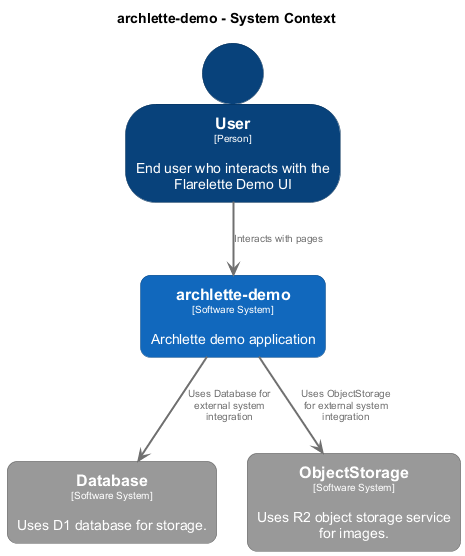
Before: docs/architecture/diagrams/structurizr-SystemContext.png, a diagram exported from PlantUML (chrislyons-dev/flarelette-demo). Source of this version:
```plantuml
@startuml
set separator none
title archlette-demo - System Context

top to bottom direction
skinparam ranksep 60
skinparam nodesep 30

skinparam {
  arrowFontSize 10
  defaultTextAlignment center
  wrapWidth 200
  maxMessageSize 100
  defaultFontName "Arial"
}

hide stereotype

skinparam rectangle<<Database>> {
  BackgroundColor #999999
  FontColor #ffffff
  BorderColor #6b6b6b
  roundCorner 20
  shadowing false
}
skinparam rectangle<<ObjectStorage>> {
  BackgroundColor #999999
  FontColor #ffffff
  BorderColor #6b6b6b
  roundCorner 20
  shadowing false
}
skinparam person<<User>> {
  BackgroundColor #08427b
  FontColor #ffffff
  BorderColor #052e56
  shadowing false
}
skinparam rectangle<<archlettedemo>> {
  BackgroundColor #1168bd
  FontColor #ffffff
  BorderColor #0b4884
  roundCorner 20
  shadowing false
}

person "==User\n<size:10>[Person]</size>\n\nEnd user who interacts with the Flarelette Demo UI" <<User>> as User
rectangle "==Database\n<size:10>[Software System]</size>\n\nUses D1 database for storage." <<Database>> as Database
rectangle "==ObjectStorage\n<size:10>[Software System]</size>\n\nUses R2 object storage service for images." <<ObjectStorage>> as ObjectStorage
rectangle "==archlette-demo\n<size:10>[Software System]</size>\n\nArchlette demo application" <<archlettedemo>> as archlettedemo

User -[#707070,thickness=2]-> archlettedemo : "<color:#707070>Interacts with pages"
archlettedemo -[#707070,thickness=2]-> Database : "<color:#707070>Uses Database for external system integration"
archlettedemo -[#707070,thickness=2]-> ObjectStorage : "<color:#707070>Uses ObjectStorage for external system integration"
@enduml
```
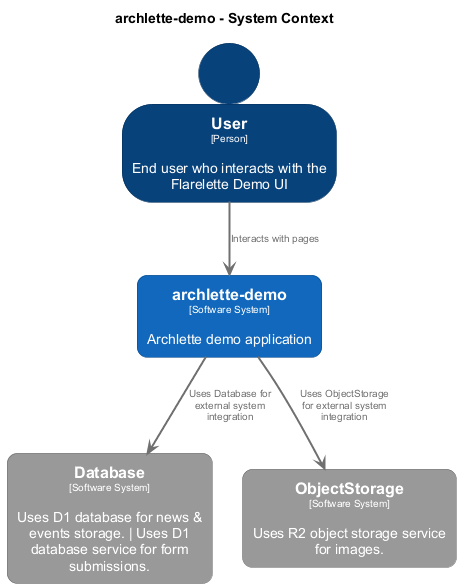
After the commit.

Diff of the diagram source:
```diff
@@ -45,7 +45,7 @@
 }
 
 person "==User\n<size:10>[Person]</size>\n\nEnd user who interacts with the Flarelette Demo UI" <<User>> as User
-rectangle "==Database\n<size:10>[Software System]</size>\n\nUses D1 database for storage." <<Database>> as Database
+rectangle "==Database\n<size:10>[Software System]</size>\n\nUses D1 database for news & events storage. | Uses D1 database service for form submissions." <<Database>> as Database
 rectangle "==ObjectStorage\n<size:10>[Software System]</size>\n\nUses R2 object storage service for images." <<ObjectStorage>> as ObjectStorage
 rectangle "==archlette-demo\n<size:10>[Software System]</size>\n\nArchlette demo application" <<archlettedemo>> as archlettedemo
 
```
